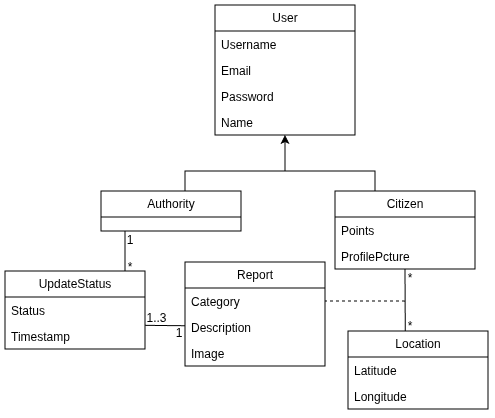
Earlier version of the draw.io export docs/images/DomainModeling.png (nunogoncalves221/UrbanEye_ESOF). Source tidied: cells renumbered, new cells last; positions are measured from the earlier drawing's top-left corner, leaving out a move shared by most shapes. Source of this version:
```xml
<mxGraphModel>
  <root>
    <mxCell id="0" />
    <mxCell id="1" parent="0" />
    <mxCell id="2" value="Citizen" style="swimlane;fontStyle=0;horizontal=1;startSize=26;fillColor=none;whiteSpace=wrap;html=1;perimeterSpacing=0;absoluteArcSize=0;perimeter=rectanglePerimeter;" parent="1" vertex="1">
      <mxGeometry x="330" y="186" width="140" height="78" as="geometry" />
    </mxCell>
    <mxCell id="3" value="Points" style="text;strokeColor=none;fillColor=none;align=left;verticalAlign=top;spacingLeft=4;spacingRight=4;overflow=hidden;whiteSpace=wrap;html=1;" parent="2" vertex="1">
      <mxGeometry y="26" width="140" height="26" as="geometry" />
    </mxCell>
    <mxCell id="4" value="ProfilePcture" style="text;strokeColor=none;fillColor=none;align=left;verticalAlign=top;spacingLeft=4;spacingRight=4;overflow=hidden;whiteSpace=wrap;html=1;" parent="2" vertex="1">
      <mxGeometry y="52" width="140" height="26" as="geometry" />
    </mxCell>
    <mxCell id="5" value="Authority" style="swimlane;fontStyle=0;horizontal=1;startSize=26;fillColor=none;whiteSpace=wrap;html=1;" parent="1" vertex="1">
      <mxGeometry x="96" y="186" width="140" height="40" as="geometry" />
    </mxCell>
    <mxCell id="6" value="Report" style="swimlane;fontStyle=0;horizontal=1;startSize=26;fillColor=none;whiteSpace=wrap;html=1;" parent="1" vertex="1">
      <mxGeometry x="180" y="257" width="140" height="104" as="geometry" />
    </mxCell>
    <mxCell id="7" value="Category" style="text;strokeColor=none;fillColor=none;align=left;verticalAlign=top;spacingLeft=4;spacingRight=4;overflow=hidden;points=[[0,0.5],[1,0.5]];portConstraint=eastwest;whiteSpace=wrap;html=1;" parent="6" vertex="1">
      <mxGeometry y="26" width="140" height="26" as="geometry" />
    </mxCell>
    <mxCell id="8" value="Description" style="text;strokeColor=none;fillColor=none;align=left;verticalAlign=top;spacingLeft=4;spacingRight=4;overflow=hidden;points=[[0,0.5],[1,0.5]];portConstraint=eastwest;whiteSpace=wrap;html=1;" parent="6" vertex="1">
      <mxGeometry y="52" width="140" height="26" as="geometry" />
    </mxCell>
    <mxCell id="9" value="Image" style="text;strokeColor=none;fillColor=none;align=left;verticalAlign=top;spacingLeft=4;spacingRight=4;overflow=hidden;whiteSpace=wrap;html=1;" parent="6" vertex="1">
      <mxGeometry y="78" width="140" height="26" as="geometry" />
    </mxCell>
    <mxCell id="10" value="Location" style="swimlane;fontStyle=0;horizontal=1;startSize=26;fillColor=none;whiteSpace=wrap;html=1;" parent="1" vertex="1">
      <mxGeometry x="343" y="326" width="140" height="78" as="geometry" />
    </mxCell>
    <mxCell id="11" value="Latitude" style="text;strokeColor=none;fillColor=none;align=left;verticalAlign=top;spacingLeft=4;spacingRight=4;overflow=hidden;whiteSpace=wrap;html=1;" parent="10" vertex="1">
      <mxGeometry y="26" width="140" height="26" as="geometry" />
    </mxCell>
    <mxCell id="12" value="Longitude" style="text;strokeColor=none;fillColor=none;align=left;verticalAlign=top;spacingLeft=4;spacingRight=4;overflow=hidden;whiteSpace=wrap;html=1;" parent="10" vertex="1">
      <mxGeometry y="52" width="140" height="26" as="geometry" />
    </mxCell>
    <mxCell id="13" value="User" style="swimlane;fontStyle=0;horizontal=1;startSize=26;fillColor=none;whiteSpace=wrap;html=1;" parent="1" vertex="1">
      <mxGeometry x="210" width="140" height="130" as="geometry" />
    </mxCell>
    <mxCell id="14" value="Username" style="text;strokeColor=none;fillColor=none;align=left;verticalAlign=top;spacingLeft=4;spacingRight=4;overflow=hidden;whiteSpace=wrap;html=1;" parent="13" vertex="1">
      <mxGeometry y="26" width="140" height="26" as="geometry" />
    </mxCell>
    <mxCell id="15" value="Email" style="text;strokeColor=none;fillColor=none;align=left;verticalAlign=top;spacingLeft=4;spacingRight=4;overflow=hidden;whiteSpace=wrap;html=1;" parent="13" vertex="1">
      <mxGeometry y="52" width="140" height="26" as="geometry" />
    </mxCell>
    <mxCell id="16" value="Password" style="text;strokeColor=none;fillColor=none;align=left;verticalAlign=top;spacingLeft=4;spacingRight=4;overflow=hidden;points=[[0,0.5],[1,0.5]];portConstraint=eastwest;whiteSpace=wrap;html=1;" parent="13" vertex="1">
      <mxGeometry y="78" width="140" height="26" as="geometry" />
    </mxCell>
    <mxCell id="17" value="Name" style="text;strokeColor=none;fillColor=none;align=left;verticalAlign=top;spacingLeft=4;spacingRight=4;overflow=hidden;whiteSpace=wrap;html=1;" parent="13" vertex="1">
      <mxGeometry y="104" width="140" height="26" as="geometry" />
    </mxCell>
    <mxCell id="18" style="edgeStyle=orthogonalEdgeStyle;rounded=0;jettySize=auto;html=1;exitX=0.5;exitY=0;exitDx=0;exitDy=0;entryX=0.501;entryY=1.028;entryDx=0;entryDy=0;entryPerimeter=0;" parent="1" edge="1" source="2">
      <mxGeometry relative="1" as="geometry">
        <mxPoint x="280" y="130" as="targetPoint" />
        <Array as="points">
          <mxPoint x="370" y="166" />
          <mxPoint x="280" y="166" />
        </Array>
      </mxGeometry>
    </mxCell>
    <mxCell id="19" value="UpdateStatus" style="swimlane;fontStyle=0;horizontal=1;startSize=26;fillColor=none;whiteSpace=wrap;html=1;" parent="1" vertex="1">
      <mxGeometry y="266" width="140" height="78" as="geometry" />
    </mxCell>
    <mxCell id="20" value="Status" style="text;strokeColor=none;fillColor=none;align=left;verticalAlign=top;spacingLeft=4;spacingRight=4;overflow=hidden;points=[[0,0.5],[1,0.5]];portConstraint=eastwest;whiteSpace=wrap;html=1;" parent="19" vertex="1">
      <mxGeometry y="26" width="140" height="26" as="geometry" />
    </mxCell>
    <mxCell id="21" value="Timestamp" style="text;strokeColor=none;fillColor=none;align=left;verticalAlign=top;spacingLeft=4;spacingRight=4;overflow=hidden;whiteSpace=wrap;html=1;" parent="19" vertex="1">
      <mxGeometry y="52" width="140" height="26" as="geometry" />
    </mxCell>
    <mxCell id="22" style="endArrow=none;html=1;rounded=0;" parent="1" edge="1">
      <mxGeometry relative="1" as="geometry">
        <mxPoint x="180" y="186" as="sourcePoint" />
        <mxPoint x="280" y="166" as="targetPoint" />
        <Array as="points">
          <mxPoint x="180" y="166" />
        </Array>
      </mxGeometry>
    </mxCell>
    <mxCell id="23" style="endArrow=none;html=1;rounded=0;entryX=0.5;entryY=1;entryDx=0;entryDy=0;exitX=0.409;exitY=0;exitDx=0;exitDy=0;exitPerimeter=0;" parent="1" edge="1" source="10" target="2">
      <mxGeometry relative="1" as="geometry" />
    </mxCell>
    <mxCell id="24" style="endArrow=none;html=1;rounded=0;entryX=1;entryY=0.5;entryDx=0;entryDy=0;dashed=1;" parent="1" edge="1" target="7">
      <mxGeometry relative="1" as="geometry">
        <mxPoint x="400" y="296" as="sourcePoint" />
      </mxGeometry>
    </mxCell>
    <mxCell id="25" value="*" style="text;html=1;whiteSpace=wrap;strokeColor=none;fillColor=none;align=center;verticalAlign=middle;rounded=0;" parent="1" vertex="1">
      <mxGeometry x="400" y="263" width="10" height="20" as="geometry" />
    </mxCell>
    <mxCell id="26" value="*" style="text;html=1;whiteSpace=wrap;strokeColor=none;fillColor=none;align=center;verticalAlign=middle;rounded=0;" parent="1" vertex="1">
      <mxGeometry x="400" y="311" width="10" height="20" as="geometry" />
    </mxCell>
    <mxCell id="27" value="1" style="text;html=1;whiteSpace=wrap;strokeColor=none;fillColor=none;align=center;verticalAlign=middle;rounded=0;" parent="1" vertex="1">
      <mxGeometry x="169" y="318" width="10" height="20" as="geometry" />
    </mxCell>
    <mxCell id="28" style="endArrow=none;html=1;rounded=0;exitX=0.001;exitY=0.451;exitDx=0;exitDy=0;entryX=0.997;entryY=1.09;entryDx=0;entryDy=0;entryPerimeter=0;exitPerimeter=0;" parent="1" edge="1" source="8" target="20">
      <mxGeometry relative="1" as="geometry" />
    </mxCell>
    <mxCell id="29" style="endArrow=none;html=1;rounded=0;" parent="1" edge="1">
      <mxGeometry relative="1" as="geometry">
        <mxPoint x="120" y="266" as="sourcePoint" />
        <mxPoint x="120" y="226" as="targetPoint" />
      </mxGeometry>
    </mxCell>
    <mxCell id="30" value="1..3" style="text;html=1;whiteSpace=wrap;strokeColor=none;fillColor=none;align=center;verticalAlign=middle;rounded=0;" parent="1" vertex="1">
      <mxGeometry x="141" y="303" width="21" height="20" as="geometry" />
    </mxCell>
    <mxCell id="31" value="*" style="text;html=1;whiteSpace=wrap;strokeColor=none;fillColor=none;align=center;verticalAlign=middle;rounded=0;" parent="1" vertex="1">
      <mxGeometry x="120" y="252" width="10" height="20" as="geometry" />
    </mxCell>
    <mxCell id="32" value="1" style="text;html=1;whiteSpace=wrap;strokeColor=none;fillColor=none;align=center;verticalAlign=middle;rounded=0;" parent="1" vertex="1">
      <mxGeometry x="120" y="225" width="10" height="20" as="geometry" />
    </mxCell>
  </root>
</mxGraphModel>
```
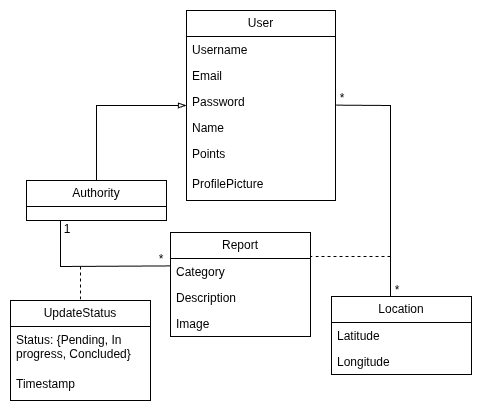
After the change.

Commit message:
domain modeling corrected

What changed in the source:
```diff
@@ -2,20 +2,11 @@
   <root>
     <mxCell id="0" />
     <mxCell id="1" parent="0" />
-    <mxCell id="2" value="Citizen" style="swimlane;fontStyle=0;horizontal=1;startSize=26;fillColor=none;whiteSpace=wrap;html=1;perimeterSpacing=0;absoluteArcSize=0;perimeter=rectanglePerimeter;" parent="1" vertex="1">
-      <mxGeometry x="330" y="186" width="140" height="78" as="geometry" />
-    </mxCell>
-    <mxCell id="3" value="Points" style="text;strokeColor=none;fillColor=none;align=left;verticalAlign=top;spacingLeft=4;spacingRight=4;overflow=hidden;whiteSpace=wrap;html=1;" parent="2" vertex="1">
-      <mxGeometry y="26" width="140" height="26" as="geometry" />
-    </mxCell>
-    <mxCell id="4" value="ProfilePcture" style="text;strokeColor=none;fillColor=none;align=left;verticalAlign=top;spacingLeft=4;spacingRight=4;overflow=hidden;whiteSpace=wrap;html=1;" parent="2" vertex="1">
-      <mxGeometry y="52" width="140" height="26" as="geometry" />
-    </mxCell>
     <mxCell id="5" value="Authority" style="swimlane;fontStyle=0;horizontal=1;startSize=26;fillColor=none;whiteSpace=wrap;html=1;" parent="1" vertex="1">
-      <mxGeometry x="96" y="186" width="140" height="40" as="geometry" />
+      <mxGeometry x="46" y="110" width="140" height="40" as="geometry" />
     </mxCell>
     <mxCell id="6" value="Report" style="swimlane;fontStyle=0;horizontal=1;startSize=26;fillColor=none;whiteSpace=wrap;html=1;" parent="1" vertex="1">
-      <mxGeometry x="180" y="257" width="140" height="104" as="geometry" />
+      <mxGeometry x="190" y="162" width="140" height="104" as="geometry" />
     </mxCell>
     <mxCell id="7" value="Category" style="text;strokeColor=none;fillColor=none;align=left;verticalAlign=top;spacingLeft=4;spacingRight=4;overflow=hidden;points=[[0,0.5],[1,0.5]];portConstraint=eastwest;whiteSpace=wrap;html=1;" parent="6" vertex="1">
       <mxGeometry y="26" width="140" height="26" as="geometry" />
@@ -27,7 +18,7 @@
       <mxGeometry y="78" width="140" height="26" as="geometry" />
     </mxCell>
     <mxCell id="10" value="Location" style="swimlane;fontStyle=0;horizontal=1;startSize=26;fillColor=none;whiteSpace=wrap;html=1;" parent="1" vertex="1">
-      <mxGeometry x="343" y="326" width="140" height="78" as="geometry" />
+      <mxGeometry x="351" y="226" width="140" height="78" as="geometry" />
     </mxCell>
     <mxCell id="11" value="Latitude" style="text;strokeColor=none;fillColor=none;align=left;verticalAlign=top;spacingLeft=4;spacingRight=4;overflow=hidden;whiteSpace=wrap;html=1;" parent="10" vertex="1">
       <mxGeometry y="26" width="140" height="26" as="geometry" />
@@ -36,81 +27,80 @@
       <mxGeometry y="52" width="140" height="26" as="geometry" />
     </mxCell>
     <mxCell id="13" value="User" style="swimlane;fontStyle=0;horizontal=1;startSize=26;fillColor=none;whiteSpace=wrap;html=1;" parent="1" vertex="1">
-      <mxGeometry x="210" width="140" height="130" as="geometry" />
+      <mxGeometry x="206" y="-60" width="149" height="190" as="geometry" />
     </mxCell>
     <mxCell id="14" value="Username" style="text;strokeColor=none;fillColor=none;align=left;verticalAlign=top;spacingLeft=4;spacingRight=4;overflow=hidden;whiteSpace=wrap;html=1;" parent="13" vertex="1">
-      <mxGeometry y="26" width="140" height="26" as="geometry" />
+      <mxGeometry y="26" width="149" height="26" as="geometry" />
     </mxCell>
     <mxCell id="15" value="Email" style="text;strokeColor=none;fillColor=none;align=left;verticalAlign=top;spacingLeft=4;spacingRight=4;overflow=hidden;whiteSpace=wrap;html=1;" parent="13" vertex="1">
-      <mxGeometry y="52" width="140" height="26" as="geometry" />
+      <mxGeometry y="52" width="149" height="26" as="geometry" />
     </mxCell>
     <mxCell id="16" value="Password" style="text;strokeColor=none;fillColor=none;align=left;verticalAlign=top;spacingLeft=4;spacingRight=4;overflow=hidden;points=[[0,0.5],[1,0.5]];portConstraint=eastwest;whiteSpace=wrap;html=1;" parent="13" vertex="1">
-      <mxGeometry y="78" width="140" height="26" as="geometry" />
+      <mxGeometry y="78" width="149" height="26" as="geometry" />
     </mxCell>
     <mxCell id="17" value="Name" style="text;strokeColor=none;fillColor=none;align=left;verticalAlign=top;spacingLeft=4;spacingRight=4;overflow=hidden;whiteSpace=wrap;html=1;" parent="13" vertex="1">
-      <mxGeometry y="104" width="140" height="26" as="geometry" />
+      <mxGeometry y="104" width="149" height="26" as="geometry" />
     </mxCell>
-    <mxCell id="18" style="edgeStyle=orthogonalEdgeStyle;rounded=0;jettySize=auto;html=1;exitX=0.5;exitY=0;exitDx=0;exitDy=0;entryX=0.501;entryY=1.028;entryDx=0;entryDy=0;entryPerimeter=0;" parent="1" edge="1" source="2">
-      <mxGeometry relative="1" as="geometry">
-        <mxPoint x="280" y="130" as="targetPoint" />
-        <Array as="points">
-          <mxPoint x="370" y="166" />
-          <mxPoint x="280" y="166" />
-        </Array>
-      </mxGeometry>
-    </mxCell>
+    <mxCell id="3" value="Points" style="text;strokeColor=none;fillColor=none;align=left;verticalAlign=top;spacingLeft=4;spacingRight=4;overflow=hidden;whiteSpace=wrap;html=1;" parent="13" vertex="1">
+      <mxGeometry y="130" width="149" height="30" as="geometry" />
+    </mxCell>
+    <mxCell id="33" value="ProfilePicture" style="text;strokeColor=none;fillColor=none;align=left;verticalAlign=top;spacingLeft=4;spacingRight=4;overflow=hidden;whiteSpace=wrap;html=1;" parent="13" vertex="1">
+      <mxGeometry y="160" width="149" height="30" as="geometry" />
+    </mxCell>
     <mxCell id="19" value="UpdateStatus" style="swimlane;fontStyle=0;horizontal=1;startSize=26;fillColor=none;whiteSpace=wrap;html=1;" parent="1" vertex="1">
-      <mxGeometry y="266" width="140" height="78" as="geometry" />
+      <mxGeometry x="30" y="230" width="140" height="100" as="geometry" />
     </mxCell>
-    <mxCell id="20" value="Status" style="text;strokeColor=none;fillColor=none;align=left;verticalAlign=top;spacingLeft=4;spacingRight=4;overflow=hidden;points=[[0,0.5],[1,0.5]];portConstraint=eastwest;whiteSpace=wrap;html=1;" parent="19" vertex="1">
-      <mxGeometry y="26" width="140" height="26" as="geometry" />
+    <mxCell id="20" value="Status: {Pending, In progress, Concluded}" style="text;strokeColor=none;fillColor=none;align=left;verticalAlign=top;spacingLeft=4;spacingRight=4;overflow=hidden;points=[[0,0.5],[1,0.5]];portConstraint=eastwest;whiteSpace=wrap;html=1;" parent="19" vertex="1">
+      <mxGeometry y="26" width="140" height="44" as="geometry" />
     </mxCell>
     <mxCell id="21" value="Timestamp" style="text;strokeColor=none;fillColor=none;align=left;verticalAlign=top;spacingLeft=4;spacingRight=4;overflow=hidden;whiteSpace=wrap;html=1;" parent="19" vertex="1">
-      <mxGeometry y="52" width="140" height="26" as="geometry" />
+      <mxGeometry y="70" width="140" height="30" as="geometry" />
     </mxCell>
-    <mxCell id="22" style="endArrow=none;html=1;rounded=0;" parent="1" edge="1">
-      <mxGeometry relative="1" as="geometry">
-        <mxPoint x="180" y="186" as="sourcePoint" />
-        <mxPoint x="280" y="166" as="targetPoint" />
-        <Array as="points">
-          <mxPoint x="180" y="166" />
-        </Array>
-      </mxGeometry>
-    </mxCell>
-    <mxCell id="23" style="endArrow=none;html=1;rounded=0;entryX=0.5;entryY=1;entryDx=0;entryDy=0;exitX=0.409;exitY=0;exitDx=0;exitDy=0;exitPerimeter=0;" parent="1" edge="1" source="10" target="2">
-      <mxGeometry relative="1" as="geometry" />
-    </mxCell>
-    <mxCell id="24" style="endArrow=none;html=1;rounded=0;entryX=1;entryY=0.5;entryDx=0;entryDy=0;dashed=1;" parent="1" edge="1" target="7">
+    <mxCell id="24" style="endArrow=none;html=1;rounded=0;dashed=1;" parent="1" edge="1">
       <mxGeometry relative="1" as="geometry">
-        <mxPoint x="400" y="296" as="sourcePoint" />
+        <mxPoint x="410" y="186" as="sourcePoint" />
+        <mxPoint x="330" y="186" as="targetPoint" />
       </mxGeometry>
     </mxCell>
     <mxCell id="25" value="*" style="text;html=1;whiteSpace=wrap;strokeColor=none;fillColor=none;align=center;verticalAlign=middle;rounded=0;" parent="1" vertex="1">
-      <mxGeometry x="400" y="263" width="10" height="20" as="geometry" />
+      <mxGeometry x="357" y="18" width="10" height="20" as="geometry" />
     </mxCell>
     <mxCell id="26" value="*" style="text;html=1;whiteSpace=wrap;strokeColor=none;fillColor=none;align=center;verticalAlign=middle;rounded=0;" parent="1" vertex="1">
-      <mxGeometry x="400" y="311" width="10" height="20" as="geometry" />
+      <mxGeometry x="412" y="210" width="10" height="20" as="geometry" />
     </mxCell>
-    <mxCell id="27" value="1" style="text;html=1;whiteSpace=wrap;strokeColor=none;fillColor=none;align=center;verticalAlign=middle;rounded=0;" parent="1" vertex="1">
-      <mxGeometry x="169" y="318" width="10" height="20" as="geometry" />
-    </mxCell>
-    <mxCell id="28" style="endArrow=none;html=1;rounded=0;exitX=0.001;exitY=0.451;exitDx=0;exitDy=0;entryX=0.997;entryY=1.09;entryDx=0;entryDy=0;entryPerimeter=0;exitPerimeter=0;" parent="1" edge="1" source="8" target="20">
-      <mxGeometry relative="1" as="geometry" />
-    </mxCell>
-    <mxCell id="29" style="endArrow=none;html=1;rounded=0;" parent="1" edge="1">
-      <mxGeometry relative="1" as="geometry">
-        <mxPoint x="120" y="266" as="sourcePoint" />
-        <mxPoint x="120" y="226" as="targetPoint" />
-      </mxGeometry>
-    </mxCell>
-    <mxCell id="30" value="1..3" style="text;html=1;whiteSpace=wrap;strokeColor=none;fillColor=none;align=center;verticalAlign=middle;rounded=0;" parent="1" vertex="1">
-      <mxGeometry x="141" y="303" width="21" height="20" as="geometry" />
-    </mxCell>
+    <mxCell id="34" style="endArrow=none;html=1;rounded=0;exitX=0.003;exitY=0.285;exitDx=0;exitDy=0;exitPerimeter=0;" parent="1" edge="1" source="7">
+      <mxGeometry relative="1" as="geometry">
+        <mxPoint x="80" y="150" as="targetPoint" />
+        <Array as="points">
+          <mxPoint x="80" y="196" />
+        </Array>
+      </mxGeometry>
+    </mxCell>
+    <mxCell id="35" style="endArrow=none;html=1;rounded=0;dashed=1;entryX=0.5;entryY=0;entryDx=0;entryDy=0;" parent="1" edge="1" target="19">
+      <mxGeometry relative="1" as="geometry">
+        <mxPoint x="100" y="196" as="sourcePoint" />
+      </mxGeometry>
+    </mxCell>
     <mxCell id="31" value="*" style="text;html=1;whiteSpace=wrap;strokeColor=none;fillColor=none;align=center;verticalAlign=middle;rounded=0;" parent="1" vertex="1">
-      <mxGeometry x="120" y="252" width="10" height="20" as="geometry" />
+      <mxGeometry x="176" y="179" width="10" height="20" as="geometry" />
     </mxCell>
-    <mxCell id="32" value="1" style="text;html=1;whiteSpace=wrap;strokeColor=none;fillColor=none;align=center;verticalAlign=middle;rounded=0;" parent="1" vertex="1">
-      <mxGeometry x="120" y="225" width="10" height="20" as="geometry" />
-    </mxCell>
+    <mxCell id="36" value="1" style="text;html=1;whiteSpace=wrap;strokeColor=none;fillColor=none;align=center;verticalAlign=middle;rounded=0;" parent="1" vertex="1">
+      <mxGeometry x="82" y="149" width="10" height="20" as="geometry" />
+    </mxCell>
+    <mxCell id="37" style="endArrow=blockThin;html=1;rounded=0;endFill=0;entryX=0;entryY=0.5;entryDx=0;entryDy=0;exitX=0.5;exitY=0;exitDx=0;exitDy=0;" parent="1" edge="1" source="5" target="13">
+      <mxGeometry relative="1" as="geometry">
+        <Array as="points">
+          <mxPoint x="116" y="35" />
+        </Array>
+      </mxGeometry>
+    </mxCell>
+    <mxCell id="38" style="endArrow=none;html=1;rounded=0;entryX=1.004;entryY=0.64;entryDx=0;entryDy=0;entryPerimeter=0;" parent="1" edge="1" target="16">
+      <mxGeometry relative="1" as="geometry">
+        <mxPoint x="410" y="226" as="sourcePoint" />
+        <Array as="points">
+          <mxPoint x="410" y="35" />
+        </Array>
+      </mxGeometry>
+    </mxCell>
   </root>
 </mxGraphModel>
```
